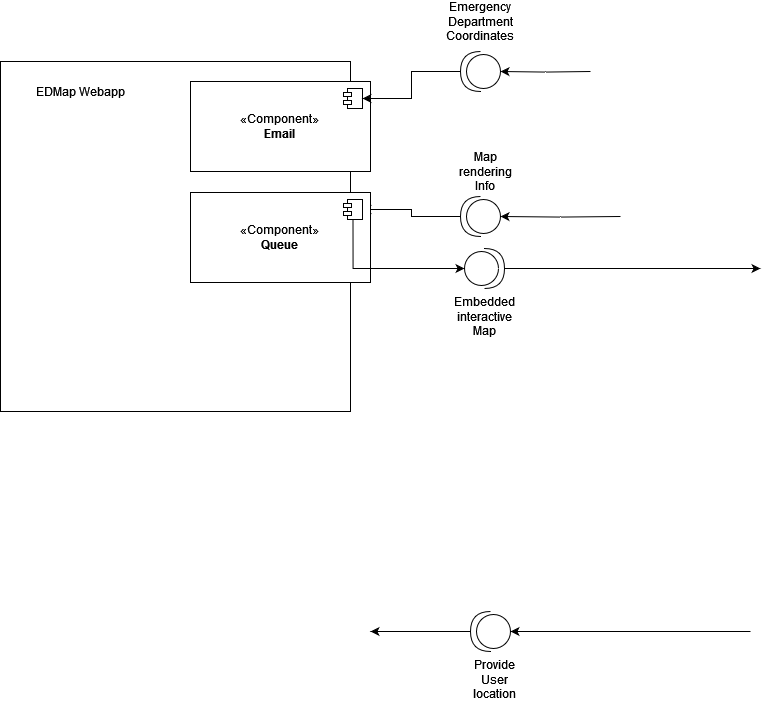
Above: Assets/C&C_Diagram.png in uvic-teach/project-m1-team9 (draw.io), before the change. Source tidied: cells renumbered, new cells last; positions are measured from the earlier drawing's top-left corner, leaving out a move shared by most shapes.
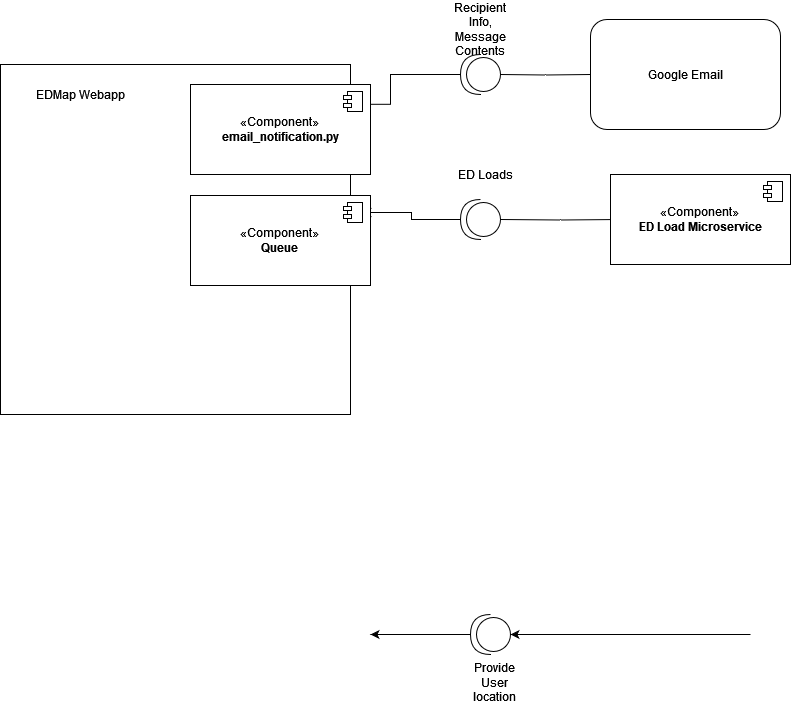
The same diagram one commit later.

Diff of the diagram source:
```diff
@@ -8,7 +8,7 @@
     <mxCell id="3" value="EDMap Webapp" style="text;html=1;strokeColor=none;fillColor=none;align=center;verticalAlign=middle;whiteSpace=wrap;rounded=0;" parent="1" vertex="1">
       <mxGeometry x="10" y="70" width="140" height="40" as="geometry" />
     </mxCell>
-    <mxCell id="4" value="«Component»&lt;br&gt;&lt;b&gt;Email&lt;/b&gt;" style="html=1;whiteSpace=wrap;" parent="1" vertex="1">
+    <mxCell id="4" value="«Component»&lt;br&gt;&lt;b&gt;email_notification.py&lt;/b&gt;" style="html=1;whiteSpace=wrap;" parent="1" vertex="1">
       <mxGeometry x="190" y="80" width="180" height="90" as="geometry" />
     </mxCell>
     <mxCell id="5" style="shape=module;jettyWidth=8;jettyHeight=4;" parent="4" vertex="1">
@@ -16,27 +16,29 @@
         <mxPoint x="-27" y="7" as="offset" />
       </mxGeometry>
     </mxCell>
-    <mxCell id="6" style="edgeStyle=orthogonalEdgeStyle;rounded=0;jettySize=auto;html=1;" parent="1" edge="1" target="8">
+    <mxCell id="6" style="edgeStyle=orthogonalEdgeStyle;rounded=0;jettySize=auto;html=1;endArrow=none;endFill=0;" parent="1" edge="1" target="8">
       <mxGeometry relative="1" as="geometry">
         <mxPoint x="590" y="70" as="sourcePoint" />
       </mxGeometry>
     </mxCell>
-    <mxCell id="7" style="edgeStyle=orthogonalEdgeStyle;rounded=0;jettySize=auto;html=1;" parent="1" edge="1" source="8" target="5">
-      <mxGeometry relative="1" as="geometry" />
+    <mxCell id="7" style="edgeStyle=orthogonalEdgeStyle;rounded=0;jettySize=auto;html=1;endArrow=none;endFill=0;entryX=1.002;entryY=0.22;entryDx=0;entryDy=0;entryPerimeter=0;" parent="1" edge="1" source="8" target="4">
+      <mxGeometry relative="1" as="geometry">
+        <Array as="points">
+          <mxPoint x="390" y="70" />
+          <mxPoint x="390" y="100" />
+        </Array>
+      </mxGeometry>
     </mxCell>
     <mxCell id="8" style="shape=providedRequiredInterface;html=1;verticalLabelPosition=bottom;sketch=0;rotation=-180;" parent="1" vertex="1">
       <mxGeometry x="460" y="50" width="40" height="40" as="geometry" />
     </mxCell>
-    <mxCell id="9" value="Emergency Department Coordinates" style="text;html=1;strokeColor=none;fillColor=none;align=center;verticalAlign=middle;whiteSpace=wrap;rounded=0;" parent="1" vertex="1">
-      <mxGeometry x="445" width="70" height="40" as="geometry" />
-    </mxCell>
     <mxCell id="10" style="edgeStyle=orthogonalEdgeStyle;rounded=0;jettySize=auto;html=1;exitX=1;exitY=0.5;exitDx=0;exitDy=0;exitPerimeter=0;entryX=1;entryY=0.5;entryDx=0;entryDy=0;" parent="1" edge="1" source="11" target="14">
       <mxGeometry relative="1" as="geometry" />
     </mxCell>
     <mxCell id="11" style="shape=providedRequiredInterface;html=1;verticalLabelPosition=bottom;sketch=0;rotation=-180;" parent="1" vertex="1">
       <mxGeometry x="460" y="195" width="40" height="40" as="geometry" />
     </mxCell>
-    <mxCell id="12" style="edgeStyle=orthogonalEdgeStyle;rounded=0;jettySize=auto;html=1;exitX=0;exitY=0.5;exitDx=0;exitDy=0;entryX=0;entryY=0.5;entryDx=0;entryDy=0;entryPerimeter=0;" parent="1" edge="1" target="11">
+    <mxCell id="12" style="edgeStyle=orthogonalEdgeStyle;rounded=0;jettySize=auto;html=1;exitX=0;exitY=0.5;exitDx=0;exitDy=0;entryX=0;entryY=0.5;entryDx=0;entryDy=0;entryPerimeter=0;endArrow=none;endFill=0;" parent="1" edge="1" target="11">
       <mxGeometry relative="1" as="geometry">
         <mxPoint x="620" y="215" as="sourcePoint" />
       </mxGeometry>
@@ -49,23 +51,9 @@
         <mxPoint x="-27" y="7" as="offset" />
       </mxGeometry>
     </mxCell>
-    <mxCell id="15" style="edgeStyle=orthogonalEdgeStyle;rounded=0;jettySize=auto;html=1;exitX=1;exitY=0.5;exitDx=0;exitDy=0;exitPerimeter=0;" parent="1" edge="1" source="16">
-      <mxGeometry relative="1" as="geometry">
-        <mxPoint x="760" y="267" as="targetPoint" />
-      </mxGeometry>
-    </mxCell>
-    <mxCell id="16" style="shape=providedRequiredInterface;html=1;verticalLabelPosition=bottom;sketch=0;rotation=-180;direction=west;" parent="1" vertex="1">
-      <mxGeometry x="464" y="247" width="40" height="40" as="geometry" />
-    </mxCell>
-    <mxCell id="17" style="edgeStyle=orthogonalEdgeStyle;rounded=0;jettySize=auto;html=1;exitX=0.5;exitY=1;exitDx=0;exitDy=0;entryX=0;entryY=0.5;entryDx=0;entryDy=0;entryPerimeter=0;" parent="1" edge="1" source="14" target="16">
-      <mxGeometry relative="1" as="geometry" />
-    </mxCell>
-    <mxCell id="18" value="Map rendering Info" style="text;html=1;strokeColor=none;fillColor=none;align=center;verticalAlign=middle;whiteSpace=wrap;rounded=0;" parent="1" vertex="1">
+    <mxCell id="18" value="ED Loads" style="text;html=1;strokeColor=none;fillColor=none;align=center;verticalAlign=middle;whiteSpace=wrap;rounded=0;" parent="1" vertex="1">
       <mxGeometry x="455" y="155" width="60" height="30" as="geometry" />
     </mxCell>
-    <mxCell id="19" value="Embedded interactive Map" style="text;html=1;strokeColor=none;fillColor=none;align=center;verticalAlign=middle;whiteSpace=wrap;rounded=0;" parent="1" vertex="1">
-      <mxGeometry x="454" y="300" width="60" height="30" as="geometry" />
-    </mxCell>
     <mxCell id="20" style="edgeStyle=orthogonalEdgeStyle;rounded=0;jettySize=auto;html=1;exitX=1;exitY=0.5;exitDx=0;exitDy=0;exitPerimeter=0;" parent="1" edge="1" source="21">
       <mxGeometry relative="1" as="geometry">
         <mxPoint x="370" y="630" as="targetPoint" />
@@ -85,5 +73,19 @@
     <mxCell id="23" value="Provide User location" style="text;html=1;strokeColor=none;fillColor=none;align=center;verticalAlign=middle;whiteSpace=wrap;rounded=0;" parent="1" vertex="1">
       <mxGeometry x="464" y="663" width="60" height="30" as="geometry" />
     </mxCell>
+    <mxCell id="24" value="«Component»&lt;br&gt;&lt;b&gt;ED Load Microservice&lt;/b&gt;" style="html=1;whiteSpace=wrap;" parent="1" vertex="1">
+      <mxGeometry x="610" y="170" width="180" height="90" as="geometry" />
+    </mxCell>
+    <mxCell id="25" style="shape=module;jettyWidth=8;jettyHeight=4;" parent="24" vertex="1">
+      <mxGeometry x="1" width="19" height="20" relative="1" as="geometry">
+        <mxPoint x="-27" y="7" as="offset" />
+      </mxGeometry>
+    </mxCell>
+    <mxCell id="26" value="Google Email" style="rounded=1;whiteSpace=wrap;html=1;" parent="1" vertex="1">
+      <mxGeometry x="590" y="15" width="190" height="110" as="geometry" />
+    </mxCell>
+    <mxCell id="27" value="Recipient Info, Message Contents" style="text;html=1;strokeColor=none;fillColor=none;align=center;verticalAlign=middle;whiteSpace=wrap;rounded=0;" parent="1" vertex="1">
+      <mxGeometry x="450" y="10" width="60" height="30" as="geometry" />
+    </mxCell>
   </root>
 </mxGraphModel>
```
